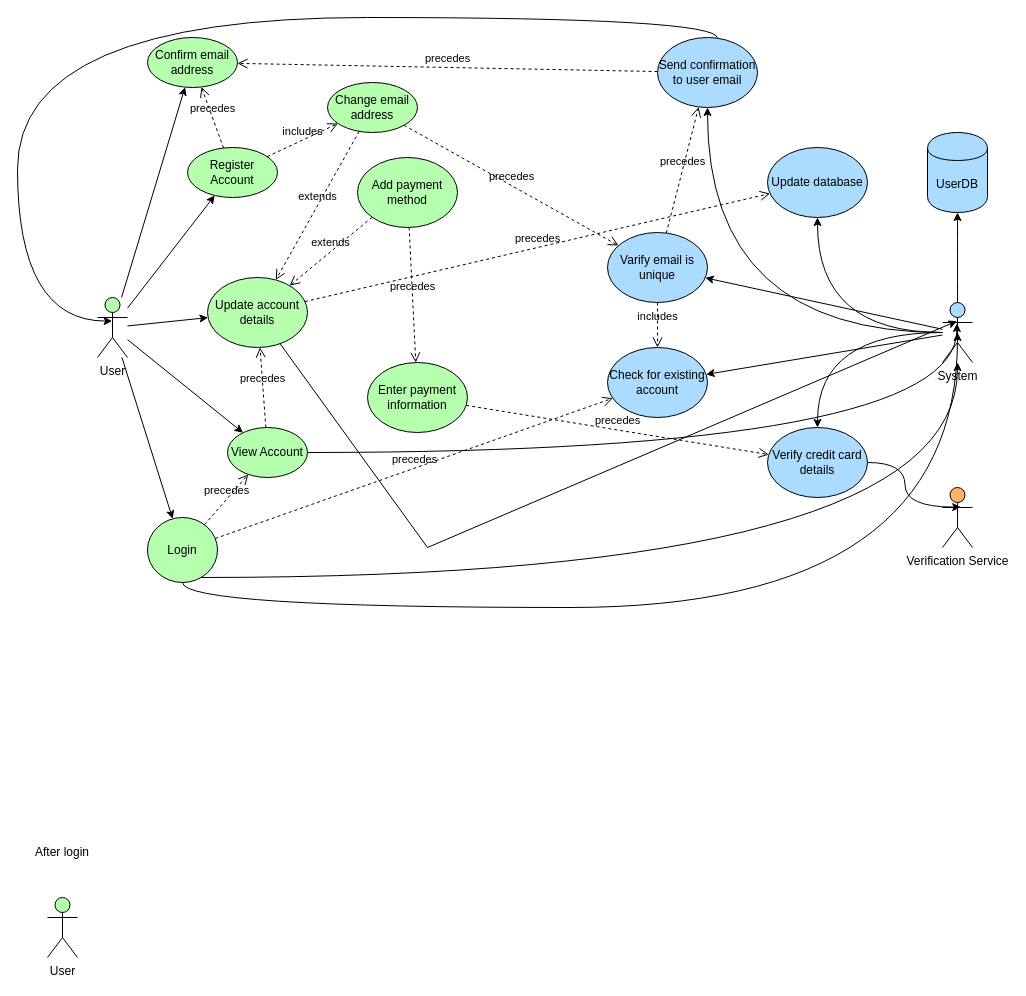
This is page "Use Case Diagram" (2 of 7) of licenta.drawio from Sory-Noroc/Smart-Interview-Coach, a draw.io file, before an edit. Source tidied: cells renumbered, new cells numbered last; positions are measured from the earlier drawing's top-left corner, leaving out a move shared by most shapes. Both pictures are drawn from the tidied source at 100%, with x=0, y=0 at pixel (17, 17).
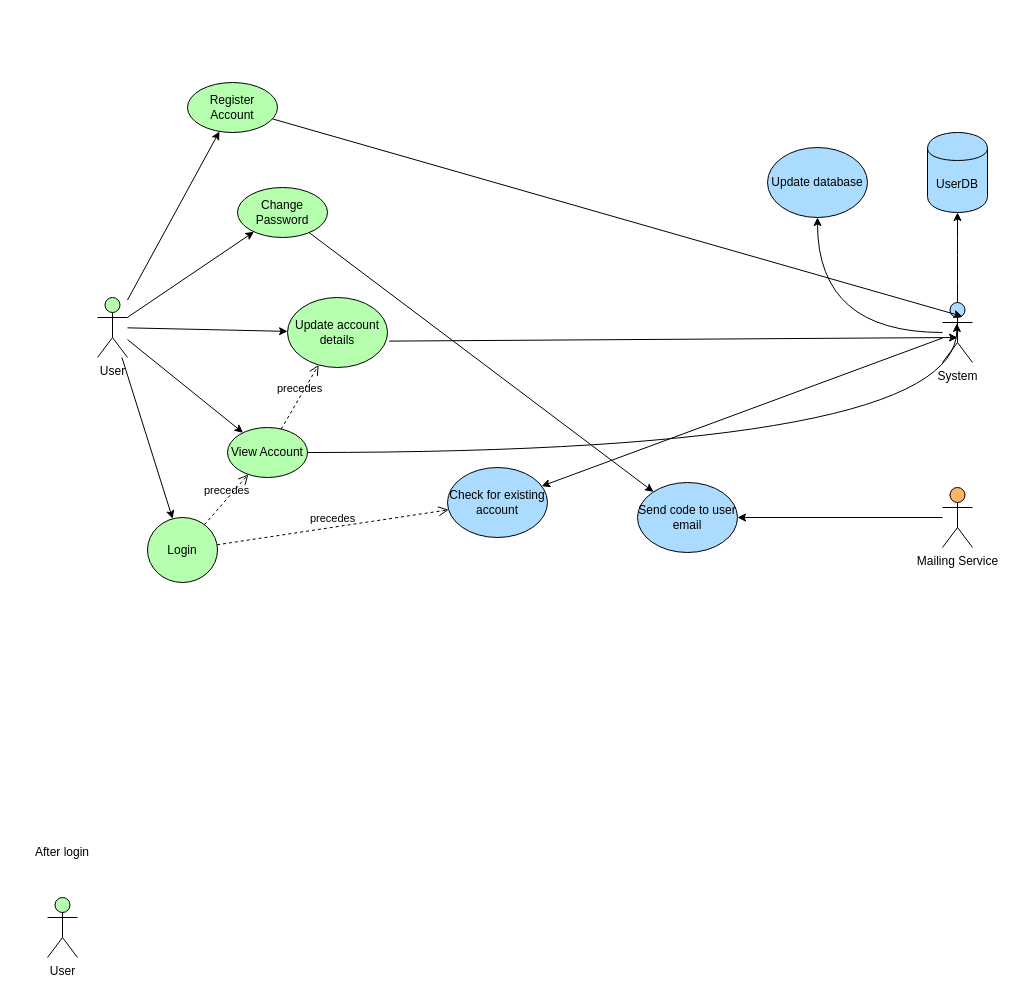
After the change.

Unchanged cells that the change refers to:
```xml
<mxCell id="7" value="User" style="shape=umlActor;verticalLabelPosition=bottom;verticalAlign=top;html=1;fillColor=#B5FFAF;" parent="1" vertex="1">
  <mxGeometry x="80" y="280" width="30" height="60" as="geometry" />
</mxCell>
<mxCell id="14" value="System" style="shape=umlActor;verticalLabelPosition=bottom;verticalAlign=top;html=1;fillColor=#ABDBFF;" parent="1" vertex="1">
  <mxGeometry x="925" y="285" width="30" height="60" as="geometry" />
</mxCell>
<mxCell id="34" value="Update database" style="ellipse;html=1;whiteSpace=wrap;fillColor=#ABDBFF;" parent="1" vertex="1">
  <mxGeometry x="750" y="130" width="100" height="70" as="geometry" />
</mxCell>
<mxCell id="38" value="Login" style="ellipse;html=1;whiteSpace=wrap;fillColor=#B5FFAF;" parent="1" vertex="1">
  <mxGeometry x="130" y="500" width="70" height="65" as="geometry" />
</mxCell>
```

The edit, as a diff of the source:
```diff
@@
-    <mxCell id="6" style="rounded=0;jettySize=auto;html=1;fillColor=#B5FFAF;" parent="1" edge="1" source="7" target="20">
-      <mxGeometry relative="1" as="geometry" />
-    </mxCell>
+    <mxCell id="52" style="rounded=0;jettySize=auto;html=1;" parent="1" edge="1" source="7" target="21">
+      <mxGeometry relative="1" as="geometry" />
+    </mxCell>
@@
-    <mxCell id="9" style="edgeStyle=orthogonalEdgeStyle;rounded=0;jettySize=auto;html=1;curved=1;" parent="1" edge="1" source="14" target="24">
-      <mxGeometry relative="1" as="geometry" />
-    </mxCell>
-    <mxCell id="10" style="rounded=0;jettySize=auto;html=1;" parent="1" edge="1" source="14" target="31">
-      <mxGeometry relative="1" as="geometry" />
-    </mxCell>
-    <mxCell id="11" style="edgeStyle=orthogonalEdgeStyle;rounded=0;jettySize=auto;html=1;curved=1;" parent="1" edge="1" source="14" target="33">
-      <mxGeometry relative="1" as="geometry" />
-    </mxCell>
@@
     <mxCell id="15" value="Register Account" style="ellipse;html=1;whiteSpace=wrap;fillColor=#B5FFAF;" parent="1" vertex="1">
-      <mxGeometry x="170" y="130" width="90" height="50" as="geometry" />
+      <mxGeometry x="170" y="65" width="90" height="50" as="geometry" />
     </mxCell>
-    <mxCell id="16" style="edgeStyle=orthogonalEdgeStyle;rounded=0;jettySize=auto;html=1;curved=1;" parent="1" edge="1" source="38" target="14">
-      <mxGeometry relative="1" as="geometry">
-        <Array as="points">
-          <mxPoint x="940" y="560" />
-        </Array>
-      </mxGeometry>
-    </mxCell>
@@
+    <mxCell id="53" style="rounded=0;jettySize=auto;html=1;exitX=1.017;exitY=0.623;exitDx=0;exitDy=0;exitPerimeter=0;" parent="1" edge="1" source="18">
+      <mxGeometry relative="1" as="geometry">
+        <mxPoint x="940" y="320" as="targetPoint" />
+      </mxGeometry>
+    </mxCell>
     <mxCell id="18" value="Update account details" style="ellipse;html=1;whiteSpace=wrap;fillColor=#B5FFAF;" parent="1" vertex="1">
-      <mxGeometry x="190" y="260" width="100" height="70" as="geometry" />
+      <mxGeometry x="270" y="280" width="100" height="70" as="geometry" />
     </mxCell>
@@
-    <mxCell id="20" value="Confirm email address" style="ellipse;html=1;whiteSpace=wrap;fillColor=#B5FFAF;" parent="1" vertex="1">
-      <mxGeometry x="130" y="20" width="90" height="50" as="geometry" />
-    </mxCell>
+    <mxCell id="54" style="rounded=0;jettySize=auto;html=1;" parent="1" edge="1" source="21" target="33">
+      <mxGeometry relative="1" as="geometry" />
+    </mxCell>
-    <mxCell id="21" value="Change email address" style="ellipse;html=1;whiteSpace=wrap;fillColor=#B5FFAF;" parent="1" vertex="1">
-      <mxGeometry x="310" y="65" width="90" height="50" as="geometry" />
+    <mxCell id="21" value="Change Password" style="ellipse;html=1;whiteSpace=wrap;fillColor=#B5FFAF;" parent="1" vertex="1">
+      <mxGeometry x="220" y="170" width="90" height="50" as="geometry" />
     </mxCell>
-    <mxCell id="22" value="Add payment method" style="ellipse;html=1;whiteSpace=wrap;fillColor=#B5FFAF;" parent="1" vertex="1">
-      <mxGeometry x="340" y="140" width="100" height="70" as="geometry" />
-    </mxCell>
-    <mxCell id="23" value="Enter payment information" style="ellipse;html=1;whiteSpace=wrap;fillColor=#B5FFAF;" parent="1" vertex="1">
-      <mxGeometry x="350" y="345" width="100" height="70" as="geometry" />
-    </mxCell>
-    <mxCell id="24" value="Verify credit card details" style="ellipse;html=1;whiteSpace=wrap;fillColor=#ABDBFF;" parent="1" vertex="1">
-      <mxGeometry x="750" y="410" width="100" height="70" as="geometry" />
-    </mxCell>
@@
-    <mxCell id="26" value="precedes" style="endArrow=open;startArrow=none;endFill=0;startFill=0;endSize=8;html=1;verticalAlign=bottom;dashed=1;labelBackgroundColor=none;rounded=0;fillColor=#B5FFAF;" parent="1" edge="1" source="15" target="20">
-      <mxGeometry relative="1" as="geometry" />
-    </mxCell>
-    <mxCell id="27" value="includes" style="endArrow=open;startArrow=none;endFill=0;startFill=0;endSize=8;html=1;verticalAlign=bottom;dashed=1;labelBackgroundColor=none;rounded=0;fillColor=#B5FFAF;" parent="1" edge="1" source="15" target="21">
-      <mxGeometry relative="1" as="geometry" />
-    </mxCell>
-    <mxCell id="28" style="edgeStyle=orthogonalEdgeStyle;rounded=0;jettySize=auto;html=1;entryX=0.5;entryY=0.5;entryDx=0;entryDy=0;entryPerimeter=0;curved=1;" parent="1" edge="1" source="38" target="14">
-      <mxGeometry relative="1" as="geometry">
-        <Array as="points">
-          <mxPoint x="165" y="590" />
-          <mxPoint x="940" y="590" />
-        </Array>
-      </mxGeometry>
-    </mxCell>
-    <mxCell id="29" value="precedes" style="endArrow=open;startArrow=none;endFill=0;startFill=0;endSize=8;html=1;verticalAlign=bottom;dashed=1;labelBackgroundColor=none;rounded=0;fillColor=#B5FFAF;" parent="1" edge="1" source="22" target="23">
-      <mxGeometry relative="1" as="geometry" />
-    </mxCell>
-    <mxCell id="30" value="extends" style="endArrow=open;startArrow=none;endFill=0;startFill=0;endSize=8;html=1;verticalAlign=bottom;dashed=1;labelBackgroundColor=none;rounded=0;fillColor=#B5FFAF;exitX=0;exitY=1;exitDx=0;exitDy=0;" parent="1" edge="1" source="22" target="18">
-      <mxGeometry relative="1" as="geometry" />
-    </mxCell>
-    <mxCell id="31" value="Varify email is unique" style="ellipse;html=1;whiteSpace=wrap;fillColor=#ABDBFF;" parent="1" vertex="1">
-      <mxGeometry x="590" y="215" width="100" height="70" as="geometry" />
-    </mxCell>
     <mxCell id="32" value="Check for existing account" style="ellipse;html=1;whiteSpace=wrap;fillColor=#ABDBFF;" parent="1" vertex="1">
-      <mxGeometry x="590" y="330" width="100" height="70" as="geometry" />
+      <mxGeometry x="430" y="450" width="100" height="70" as="geometry" />
     </mxCell>
-    <mxCell id="33" value="Send confirmation to user email" style="ellipse;html=1;whiteSpace=wrap;fillColor=#ABDBFF;" parent="1" vertex="1">
-      <mxGeometry x="640" y="20" width="100" height="70" as="geometry" />
+    <mxCell id="33" value="Send code to user email" style="ellipse;html=1;whiteSpace=wrap;fillColor=#ABDBFF;" parent="1" vertex="1">
+      <mxGeometry x="620" y="465" width="100" height="70" as="geometry" />
     </mxCell>
@@
-    <mxCell id="35" style="edgeStyle=orthogonalEdgeStyle;rounded=0;jettySize=auto;html=1;entryX=0.487;entryY=0.393;entryDx=0;entryDy=0;entryPerimeter=0;curved=1;" parent="1" edge="1" source="33" target="7">
-      <mxGeometry relative="1" as="geometry">
-        <Array as="points">
-          <mxPoint x="700" />
-          <mxPoint />
-          <mxPoint y="304" />
-        </Array>
-      </mxGeometry>
-    </mxCell>
@@
-    <mxCell id="39" value="precedes" style="endArrow=open;startArrow=none;endFill=0;startFill=0;endSize=8;html=1;verticalAlign=bottom;dashed=1;labelBackgroundColor=none;rounded=0;fillColor=#B5FFAF;" parent="1" edge="1" source="23" target="24">
-      <mxGeometry relative="1" as="geometry" />
-    </mxCell>
-    <mxCell id="40" value="precedes" style="endArrow=open;startArrow=none;endFill=0;startFill=0;endSize=8;html=1;verticalAlign=bottom;dashed=1;labelBackgroundColor=none;rounded=0;fillColor=#B5FFAF;" parent="1" edge="1" source="18" target="34">
-      <mxGeometry relative="1" as="geometry" />
-    </mxCell>
-    <mxCell id="41" value="precedes" style="endArrow=open;startArrow=none;endFill=0;startFill=0;endSize=8;html=1;verticalAlign=bottom;dashed=1;labelBackgroundColor=none;rounded=0;fillColor=#B5FFAF;" parent="1" edge="1" source="33" target="20">
-      <mxGeometry relative="1" as="geometry" />
-    </mxCell>
-    <mxCell id="42" value="precedes" style="endArrow=open;startArrow=none;endFill=0;startFill=0;endSize=8;html=1;verticalAlign=bottom;dashed=1;labelBackgroundColor=none;rounded=0;fillColor=#B5FFAF;" parent="1" edge="1" source="31" target="33">
-      <mxGeometry relative="1" as="geometry" />
-    </mxCell>
-    <mxCell id="43" value="includes" style="endArrow=open;startArrow=none;endFill=0;startFill=0;endSize=8;html=1;verticalAlign=bottom;dashed=1;labelBackgroundColor=none;rounded=0;fillColor=#B5FFAF;" parent="1" edge="1" source="31" target="32">
-      <mxGeometry relative="1" as="geometry" />
-    </mxCell>
+    <mxCell id="55" style="edgeStyle=orthogonalEdgeStyle;rounded=0;jettySize=auto;html=1;" parent="1" edge="1" source="44" target="33">
+      <mxGeometry relative="1" as="geometry" />
+    </mxCell>
-    <mxCell id="44" value="Verification Service" style="shape=umlActor;verticalLabelPosition=bottom;verticalAlign=top;html=1;fillColor=#FFB366;" parent="1" vertex="1">
+    <mxCell id="44" value="Mailing Service" style="shape=umlActor;verticalLabelPosition=bottom;verticalAlign=top;html=1;fillColor=#FFB366;" parent="1" vertex="1">
       <mxGeometry x="925" y="470" width="30" height="60" as="geometry" />
     </mxCell>
-    <mxCell id="45" style="edgeStyle=orthogonalEdgeStyle;rounded=0;jettySize=auto;html=1;entryX=0.607;entryY=0.327;entryDx=0;entryDy=0;entryPerimeter=0;curved=1;" parent="1" edge="1" source="24" target="44">
-      <mxGeometry relative="1" as="geometry" />
-    </mxCell>
-    <mxCell id="46" value="precedes" style="endArrow=open;startArrow=none;endFill=0;startFill=0;endSize=8;html=1;verticalAlign=bottom;dashed=1;labelBackgroundColor=none;rounded=0;fillColor=#B5FFAF;" parent="1" edge="1" source="21" target="31">
-      <mxGeometry relative="1" as="geometry" />
-    </mxCell>
-    <mxCell id="47" style="rounded=0;jettySize=auto;html=1;entryX=0.48;entryY=0.31;entryDx=0;entryDy=0;entryPerimeter=0;" parent="1" edge="1" source="18" target="14">
-      <mxGeometry relative="1" as="geometry">
-        <Array as="points">
-          <mxPoint x="410" y="530" />
-        </Array>
-      </mxGeometry>
-    </mxCell>
@@
-    <mxCell id="49" value="extends" style="endArrow=open;startArrow=none;endFill=0;startFill=0;endSize=8;html=1;verticalAlign=bottom;dashed=1;labelBackgroundColor=none;rounded=0;fillColor=#B5FFAF;" parent="1" edge="1" source="21" target="18">
-      <mxGeometry relative="1" as="geometry" />
-    </mxCell>
@@
+    <mxCell id="56" style="rounded=0;jettySize=auto;html=1;entryX=0.66;entryY=0.231;entryDx=0;entryDy=0;entryPerimeter=0;" parent="1" edge="1" source="15" target="14">
+      <mxGeometry relative="1" as="geometry" />
+    </mxCell>
```
